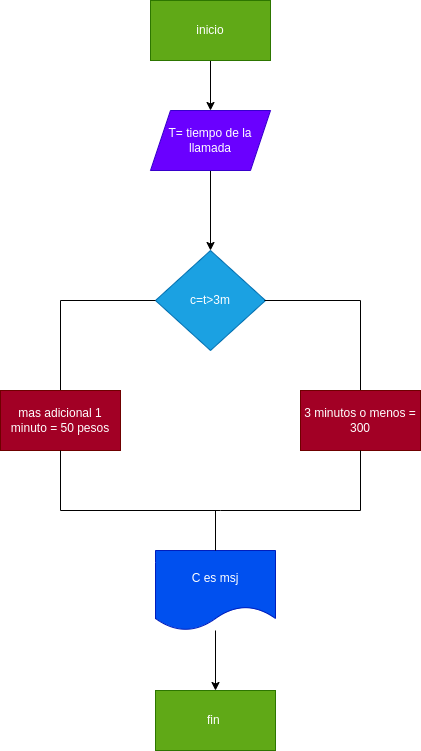
Above: diagrama.png in Chalarcanicolas/llamada_telefonica (draw.io), before the change. Source tidied: cells renumbered, new cells last; positions are measured from the earlier drawing's top-left corner, leaving out a move shared by most shapes.
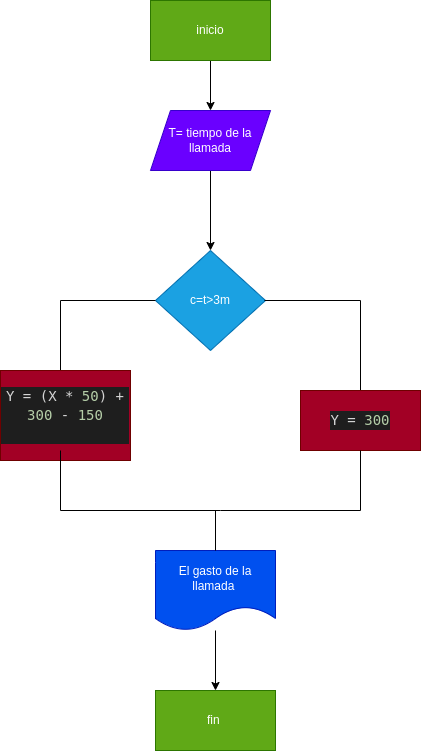
The same file after the commit.

Change to the diagram source:
```diff
@@ -45,16 +45,16 @@
         <mxPoint x="360" y="300" as="targetPoint" />
       </mxGeometry>
     </mxCell>
-    <mxCell id="11" value="mas adicional 1 minuto = 50 pesos" style="rounded=0;whiteSpace=wrap;html=1;fillColor=#a20025;fontColor=#ffffff;strokeColor=#6F0000;" parent="1" vertex="1">
-      <mxGeometry y="390" width="120" height="60" as="geometry" />
+    <mxCell id="11" value="&lt;div style=&quot;color: rgb(212, 212, 212); background-color: rgb(30, 30, 30); font-family: &amp;quot;Droid Sans Mono&amp;quot;, &amp;quot;monospace&amp;quot;, monospace; font-size: 14px; line-height: 19px;&quot;&gt;&lt;div style=&quot;line-height: 19px;&quot;&gt;&lt;div&gt;Y = (X * &lt;span style=&quot;color: #b5cea8;&quot;&gt;50&lt;/span&gt;) + &lt;span style=&quot;color: #b5cea8;&quot;&gt;300&lt;/span&gt; - &lt;span style=&quot;color: #b5cea8;&quot;&gt;150&lt;/span&gt;&lt;/div&gt;&lt;br&gt;&lt;/div&gt;&lt;/div&gt;" style="rounded=0;whiteSpace=wrap;html=1;fillColor=#a20025;fontColor=#ffffff;strokeColor=#6F0000;" parent="1" vertex="1">
+      <mxGeometry y="370" width="130" height="90" as="geometry" />
     </mxCell>
-    <mxCell id="12" value="3 minutos o menos = 300" style="rounded=0;whiteSpace=wrap;html=1;fillColor=#a20025;fontColor=#ffffff;strokeColor=#6F0000;" parent="1" vertex="1">
+    <mxCell id="12" value="&lt;div style=&quot;color: rgb(212, 212, 212); background-color: rgb(30, 30, 30); font-family: &amp;quot;Droid Sans Mono&amp;quot;, &amp;quot;monospace&amp;quot;, monospace; font-size: 14px; line-height: 19px;&quot;&gt;&lt;div style=&quot;line-height: 19px;&quot;&gt;Y = &lt;span style=&quot;color: #b5cea8;&quot;&gt;300&lt;/span&gt;&lt;/div&gt;&lt;/div&gt;" style="rounded=0;whiteSpace=wrap;html=1;fillColor=#a20025;fontColor=#ffffff;strokeColor=#6F0000;" parent="1" vertex="1">
       <mxGeometry x="300" y="390" width="120" height="60" as="geometry" />
     </mxCell>
     <mxCell id="13" style="edgeStyle=none;html=1;" parent="1" edge="1" source="14" target="15">
       <mxGeometry relative="1" as="geometry" />
     </mxCell>
-    <mxCell id="14" value="C es msj" style="shape=document;whiteSpace=wrap;html=1;boundedLbl=1;fillColor=#0050ef;fontColor=#ffffff;strokeColor=#001DBC;" parent="1" vertex="1">
+    <mxCell id="14" value="El gasto de la llamada&amp;nbsp;" style="shape=document;whiteSpace=wrap;html=1;boundedLbl=1;fillColor=#0050ef;fontColor=#ffffff;strokeColor=#001DBC;" parent="1" vertex="1">
       <mxGeometry x="155" y="550" width="120" height="80" as="geometry" />
     </mxCell>
     <mxCell id="15" value="fin&amp;nbsp;" style="rounded=0;whiteSpace=wrap;html=1;fillColor=#60a917;fontColor=#ffffff;strokeColor=#2D7600;" parent="1" vertex="1">
```
